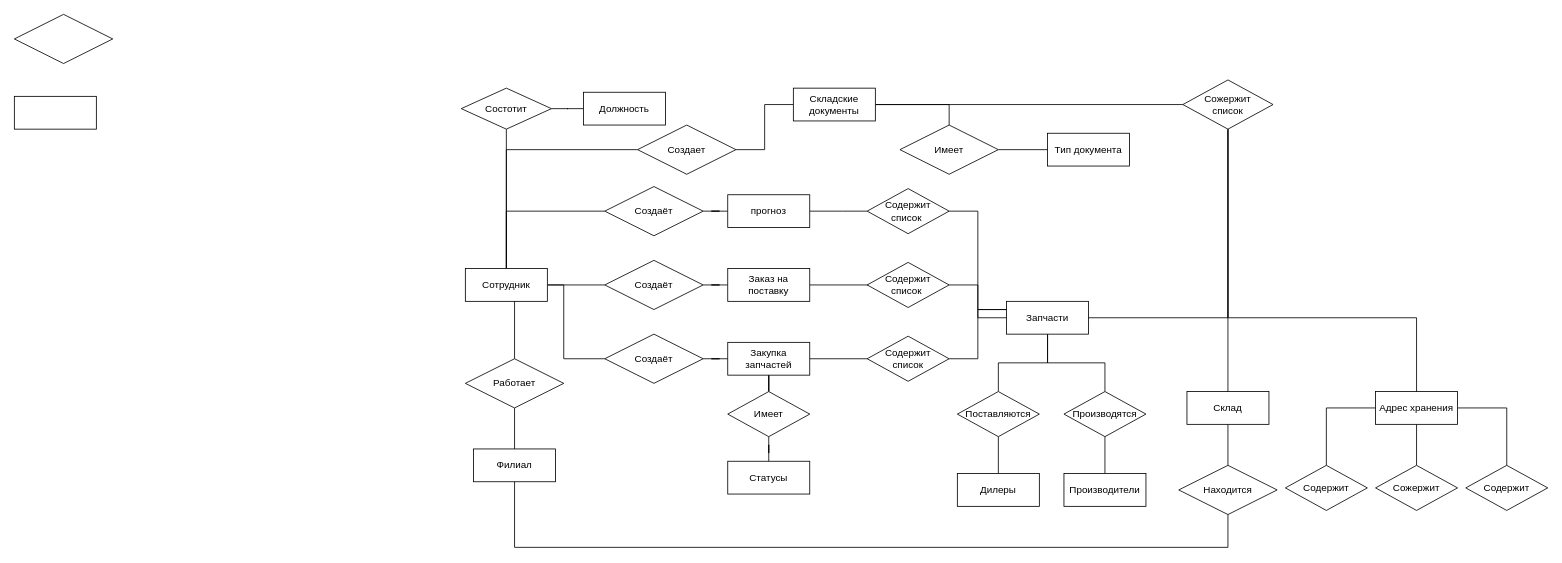
This is ER модель.drawio from aapoplavskii/Project_Otus_SA, a draw.io file, before an edit. Source tidied: cells renumbered, new cells numbered last; positions are measured from the earlier drawing's top-left corner, leaving out a move shared by most shapes. Both pictures are drawn from the tidied source at 82%, with x=0, y=0 at pixel (14, 14).
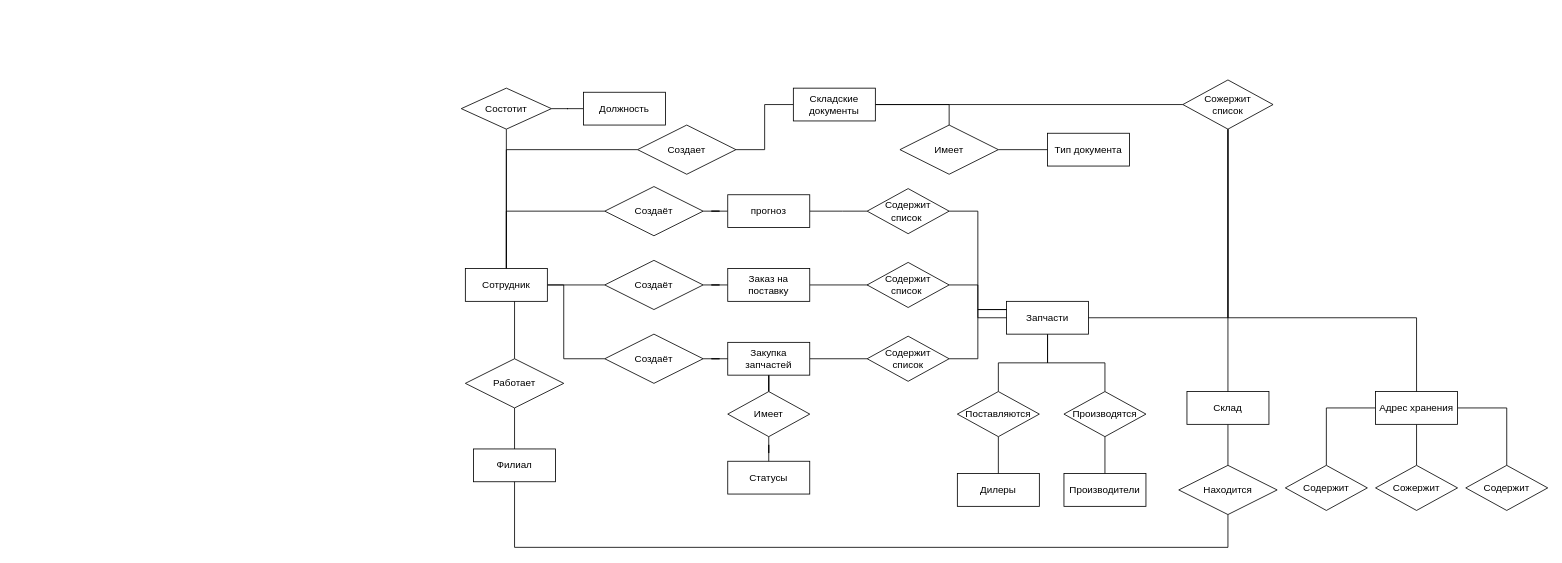
Above is the later version.

Commit message (it also covers changes not shown here):
исправил ошибку ER модель

The edit, as a diff of the source:
```diff
@@
-    <mxCell id="11" style="whiteSpace=wrap;html=1;align=center;" parent="1" vertex="1">
-      <mxGeometry y="100" width="100" height="40" as="geometry" />
-    </mxCell>
-    <mxCell id="12" style="shape=rhombus;perimeter=rhombusPerimeter;whiteSpace=wrap;html=1;align=center;" parent="1" vertex="1">
-      <mxGeometry width="120" height="60" as="geometry" />
-    </mxCell>
```
